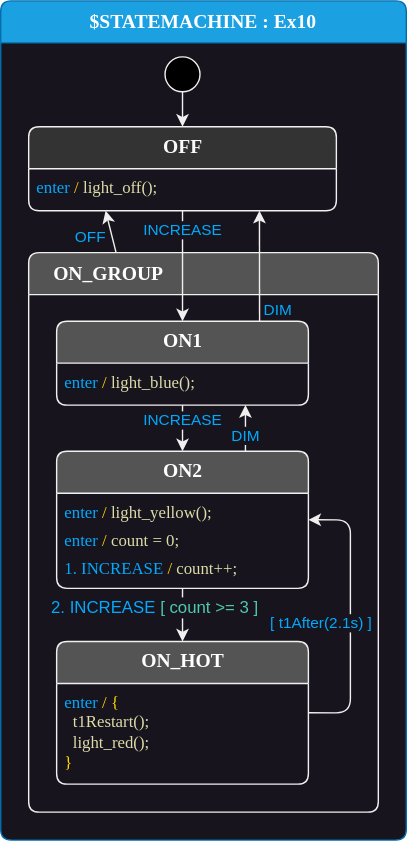
This is docs/fundamentals-1/Ex10.drawio.svg from StateSmith/statesmith.github.io, a draw.io export, as it was before one commit. Source tidied: cells renumbered, new cells last; positions are measured from the earlier drawing's top-left corner, leaving out a move shared by most shapes.
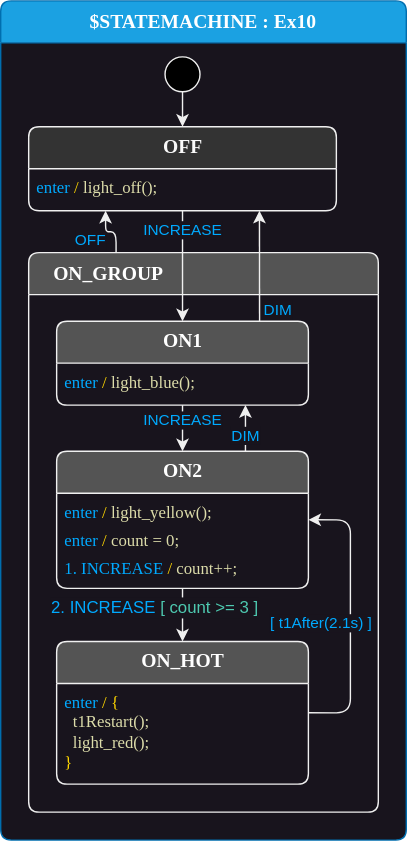
After the commit.

What changed in the source:
```diff
@@ -67,8 +67,10 @@
     <mxCell id="21" value="&lt;font color=&quot;#00aaff&quot;&gt;enter &lt;/font&gt;&lt;font color=&quot;#ffd700&quot;&gt;/&lt;/font&gt; &lt;font color=&quot;#dcdcaa&quot;&gt;light_off();&lt;/font&gt;" style="fontFamily=Lucida Console;align=left;verticalAlign=top;fillColor=none;gradientColor=none;strokeColor=none;rounded=0;spacingLeft=4;html=1;" parent="20" vertex="1">
       <mxGeometry y="30" width="170" height="30" as="geometry" />
     </mxCell>
-    <mxCell id="22" value="OFF" style="edgeStyle=none;html=1;exitX=0.25;exitY=0;exitDx=0;exitDy=0;entryX=0.25;entryY=1;entryDx=0;entryDy=0;fontColor=#00AAFF;strokeColor=#F0F0F0;labelBackgroundColor=#18141D;" parent="2" edge="1" source="3" target="20">
-      <mxGeometry x="0.02" y="15" relative="1" as="geometry" />
+    <mxCell id="22" value="OFF" style="edgeStyle=orthogonalEdgeStyle;html=1;exitX=0.25;exitY=0;exitDx=0;exitDy=0;entryX=0.25;entryY=1;entryDx=0;entryDy=0;fontColor=#00AAFF;strokeColor=#F0F0F0;labelBackgroundColor=#18141D;" parent="2" edge="1" source="3" target="20">
+      <mxGeometry x="0.2" y="13" relative="1" as="geometry">
+        <mxPoint x="2" y="6" as="offset" />
+      </mxGeometry>
     </mxCell>
     <mxCell id="23" value="DIM" style="edgeStyle=none;html=1;exitX=0.806;exitY=0.007;exitDx=0;exitDy=0;exitPerimeter=0;fontColor=#00AAFF;entryX=0.75;entryY=1;entryDx=0;entryDy=0;strokeColor=#F0F0F0;labelBackgroundColor=#18141D;" parent="2" edge="1" source="5" target="20">
       <mxGeometry x="-0.78" y="-13" relative="1" as="geometry" />
```
